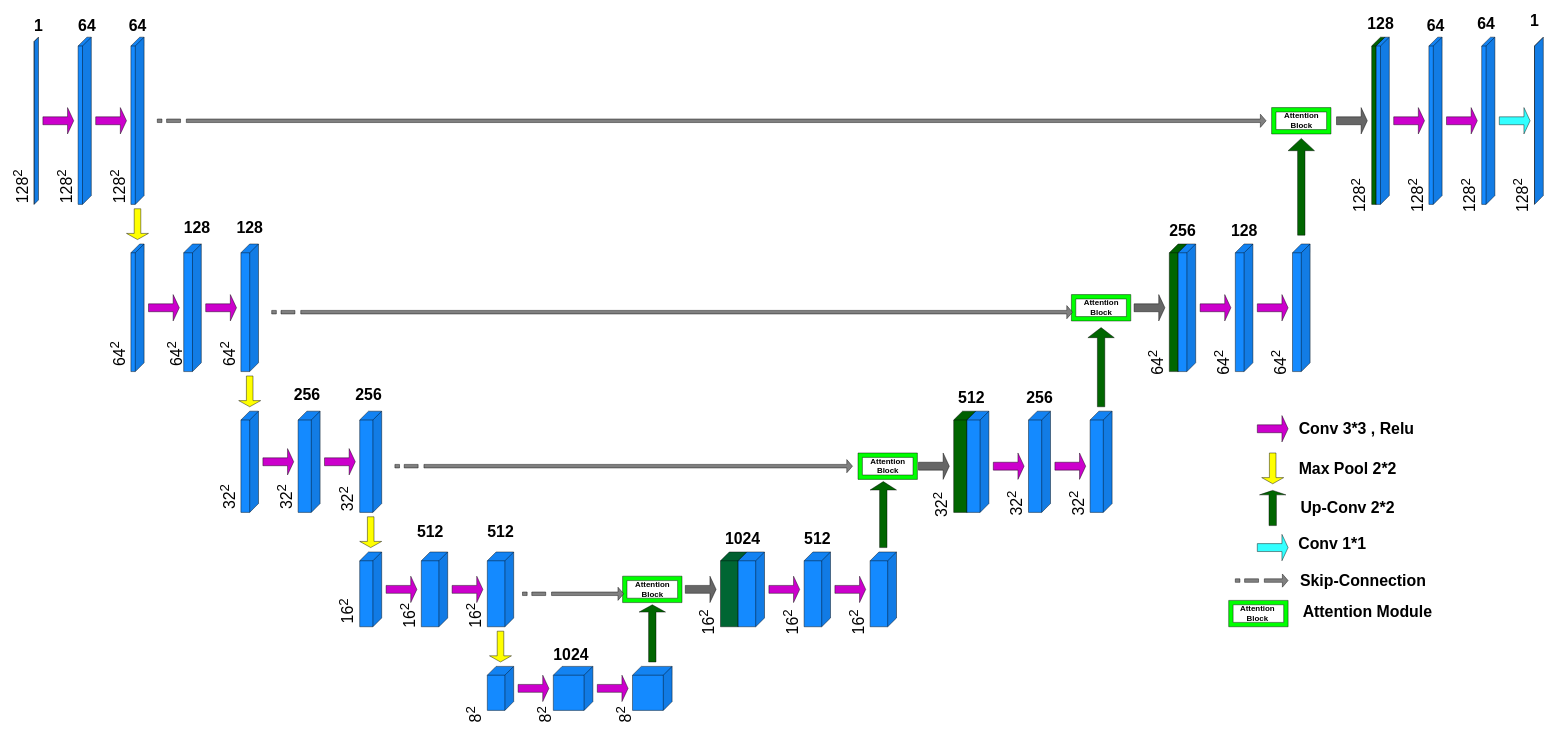
The draw.io diagram my_unet_1.drawio in AnayPanja/demo_drawing_at_draw.io, before the edit. Source tidied: cells renumbered, new cells numbered last; positions are measured from the earlier drawing's top-left corner, leaving out a move shared by most shapes. Both pictures are drawn from the tidied source at 44%, with x=0, y=0 at pixel (-1, 7).
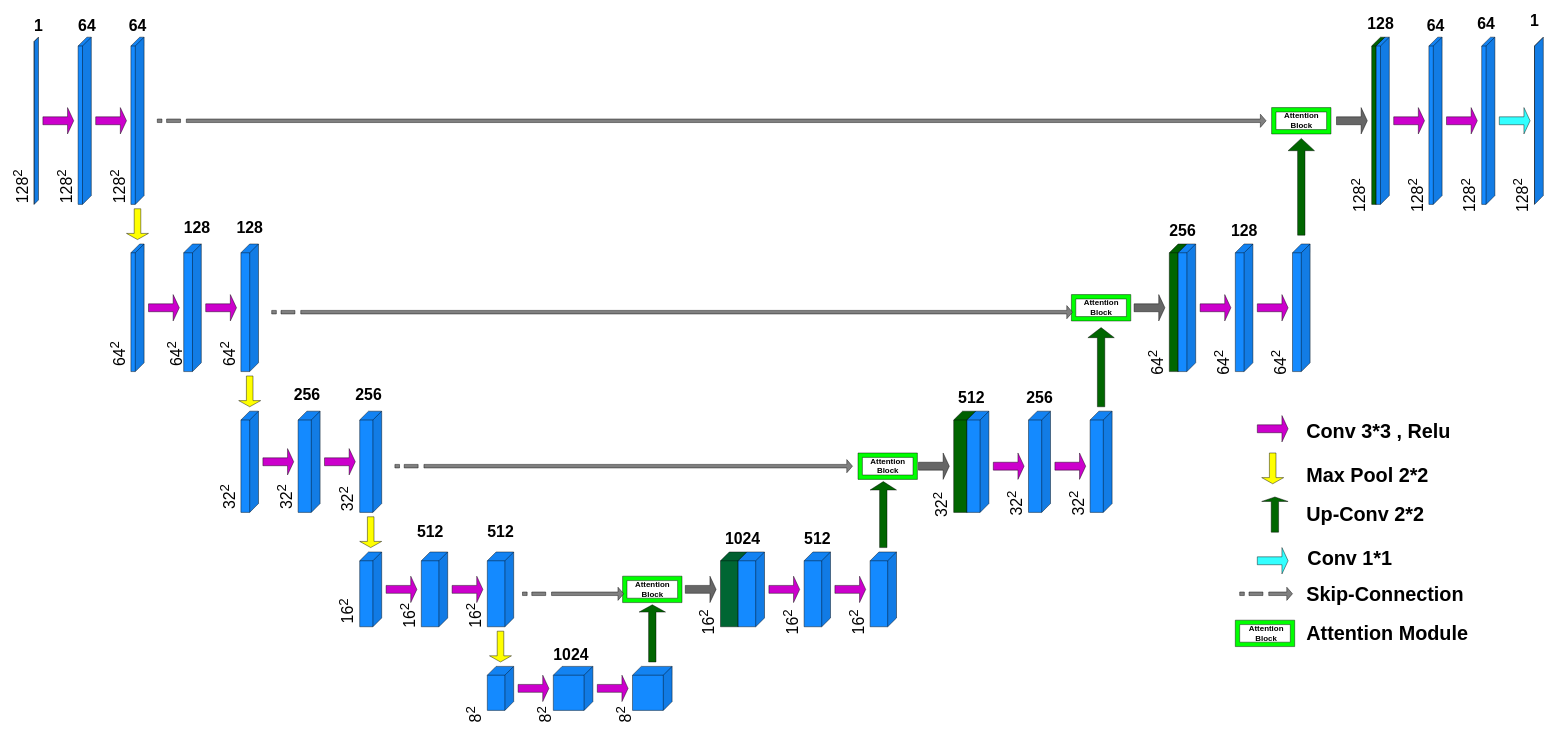
After the change.

The edit, as a diff of the source:
```diff
@@
     <mxCell id="44" style="html=1;shadow=0;dashed=0;align=center;verticalAlign=middle;shape=mxgraph.arrows2.stripedArrow;dy=0.73;dx=13;notch=66;fillColor=#808080;" parent="1" vertex="1">
-      <mxGeometry x="2810" y="1287" width="120" height="30" as="geometry" />
+      <mxGeometry x="2820" y="1317" width="120" height="30" as="geometry" />
     </mxCell>
@@
     <mxCell id="79" style="shape=singleArrow;direction=north;whiteSpace=wrap;html=1;arrowWidth=0.280003662109375;arrowSize=0.12727307406338778;fillColor=#006600;" parent="1" vertex="1">
-      <mxGeometry x="2865" y="1097" width="60" height="80" as="geometry" />
+      <mxGeometry x="2870" y="1112" width="60" height="80" as="geometry" />
     </mxCell>
     <mxCell id="80" style="shape=singleArrow;whiteSpace=wrap;html=1;fillColor=#33FFFF;" parent="1" vertex="1">
-      <mxGeometry x="2860" y="1197" width="70" height="60" as="geometry" />
+      <mxGeometry x="2860" y="1227" width="70" height="60" as="geometry" />
     </mxCell>
@@
-    <mxCell id="82" value="&lt;font style=&quot;font-size: 36px;&quot;&gt;&lt;b style=&quot;&quot;&gt;Conv 3*3 , Relu&lt;/b&gt;&lt;/font&gt;" style="text;html=1;align=center;verticalAlign=middle;strokeColor=none;fillColor=none;" parent="1" vertex="1">
-      <mxGeometry x="2940" y="927" width="290" height="60" as="geometry" />
+    <mxCell id="82" value="&lt;font size=&quot;1&quot; style=&quot;&quot;&gt;&lt;b style=&quot;font-size: 45px;&quot;&gt;Conv 3*3 , Relu&lt;/b&gt;&lt;/font&gt;" style="text;html=1;align=center;verticalAlign=middle;strokeColor=none;fillColor=none;" parent="1" vertex="1">
+      <mxGeometry x="2960" y="927" width="350" height="70" as="geometry" />
     </mxCell>
-    <mxCell id="83" value="&lt;font style=&quot;font-size: 36px;&quot;&gt;&lt;b style=&quot;&quot;&gt;Max Pool 2*2&lt;/b&gt;&lt;/font&gt;" style="text;html=1;align=center;verticalAlign=middle;strokeColor=none;fillColor=none;" parent="1" vertex="1">
-      <mxGeometry x="2940" y="1017" width="250" height="60" as="geometry" />
+    <mxCell id="83" value="&lt;font size=&quot;1&quot; style=&quot;&quot;&gt;&lt;b style=&quot;font-size: 45px;&quot;&gt;Max Pool 2*2&lt;/b&gt;&lt;/font&gt;" style="text;html=1;align=center;verticalAlign=middle;strokeColor=none;fillColor=none;" parent="1" vertex="1">
+      <mxGeometry x="2960" y="1027" width="300" height="70" as="geometry" />
     </mxCell>
-    <mxCell id="84" value="&lt;font style=&quot;font-size: 36px;&quot;&gt;&lt;b style=&quot;&quot;&gt;Up-Conv 2*2&lt;/b&gt;&lt;/font&gt;" style="text;html=1;align=center;verticalAlign=middle;strokeColor=none;fillColor=none;" parent="1" vertex="1">
-      <mxGeometry x="2945" y="1107" width="240" height="60" as="geometry" />
+    <mxCell id="84" value="&lt;font size=&quot;1&quot; style=&quot;&quot;&gt;&lt;b style=&quot;font-size: 45px;&quot;&gt;Up-Conv 2*2&lt;/b&gt;&lt;/font&gt;" style="text;html=1;align=center;verticalAlign=middle;strokeColor=none;fillColor=none;" parent="1" vertex="1">
+      <mxGeometry x="2960" y="1117" width="290" height="70" as="geometry" />
     </mxCell>
-    <mxCell id="85" value="&lt;font style=&quot;font-size: 36px;&quot;&gt;&lt;b style=&quot;&quot;&gt;Conv 1*1&lt;/b&gt;&lt;/font&gt;" style="text;html=1;align=center;verticalAlign=middle;strokeColor=none;fillColor=none;" parent="1" vertex="1">
-      <mxGeometry x="2940" y="1187" width="180" height="60" as="geometry" />
+    <mxCell id="85" value="&lt;font size=&quot;1&quot; style=&quot;&quot;&gt;&lt;b style=&quot;font-size: 45px;&quot;&gt;Conv 1*1&lt;/b&gt;&lt;/font&gt;" style="text;html=1;align=center;verticalAlign=middle;strokeColor=none;fillColor=none;" parent="1" vertex="1">
+      <mxGeometry x="2960" y="1217" width="220" height="70" as="geometry" />
     </mxCell>
-    <mxCell id="86" value="&lt;font style=&quot;font-size: 36px;&quot;&gt;&lt;b style=&quot;&quot;&gt;Skip-Connection&lt;/b&gt;&lt;/font&gt;" style="text;html=1;align=center;verticalAlign=middle;strokeColor=none;fillColor=none;" parent="1" vertex="1">
-      <mxGeometry x="2945" y="1272" width="310" height="60" as="geometry" />
+    <mxCell id="86" value="&lt;font size=&quot;1&quot; style=&quot;&quot;&gt;&lt;b style=&quot;font-size: 45px;&quot;&gt;Skip-Connection&lt;/b&gt;&lt;/font&gt;" style="text;html=1;align=center;verticalAlign=middle;strokeColor=none;fillColor=none;" parent="1" vertex="1">
+      <mxGeometry x="2960" y="1297" width="380" height="70" as="geometry" />
     </mxCell>
     <mxCell id="87" style="verticalLabelPosition=bottom;verticalAlign=top;html=1;shape=mxgraph.basic.frame;dx=10;whiteSpace=wrap;fillColor=#00FF00;" parent="1" vertex="1">
-      <mxGeometry x="2795" y="1347" width="135" height="60" as="geometry" />
+      <mxGeometry x="2810" y="1392" width="135" height="60" as="geometry" />
     </mxCell>
     <mxCell id="88" value="&lt;b style=&quot;border-color: var(--border-color);&quot;&gt;&lt;font style=&quot;border-color: var(--border-color); font-size: 18px;&quot;&gt;Attention&lt;br style=&quot;border-color: var(--border-color);&quot;&gt;Block&lt;/font&gt;&lt;/b&gt;" style="text;html=1;align=center;verticalAlign=middle;strokeColor=none;fillColor=none;" parent="1" vertex="1">
-      <mxGeometry x="2810" y="1347" width="100" height="60" as="geometry" />
+      <mxGeometry x="2830" y="1392" width="100" height="60" as="geometry" />
     </mxCell>
-    <mxCell id="89" value="&lt;font style=&quot;font-size: 36px;&quot;&gt;&lt;b style=&quot;&quot;&gt;Attention Module&lt;/b&gt;&lt;/font&gt;" style="text;html=1;align=center;verticalAlign=middle;strokeColor=none;fillColor=none;" parent="1" vertex="1">
-      <mxGeometry x="2950" y="1342" width="320" height="60" as="geometry" />
+    <mxCell id="89" value="&lt;font size=&quot;1&quot; style=&quot;&quot;&gt;&lt;b style=&quot;font-size: 45px;&quot;&gt;Attention Module&lt;/b&gt;&lt;/font&gt;" style="text;html=1;align=center;verticalAlign=middle;strokeColor=none;fillColor=none;" parent="1" vertex="1">
+      <mxGeometry x="2960" y="1387" width="390" height="70" as="geometry" />
     </mxCell>
```
